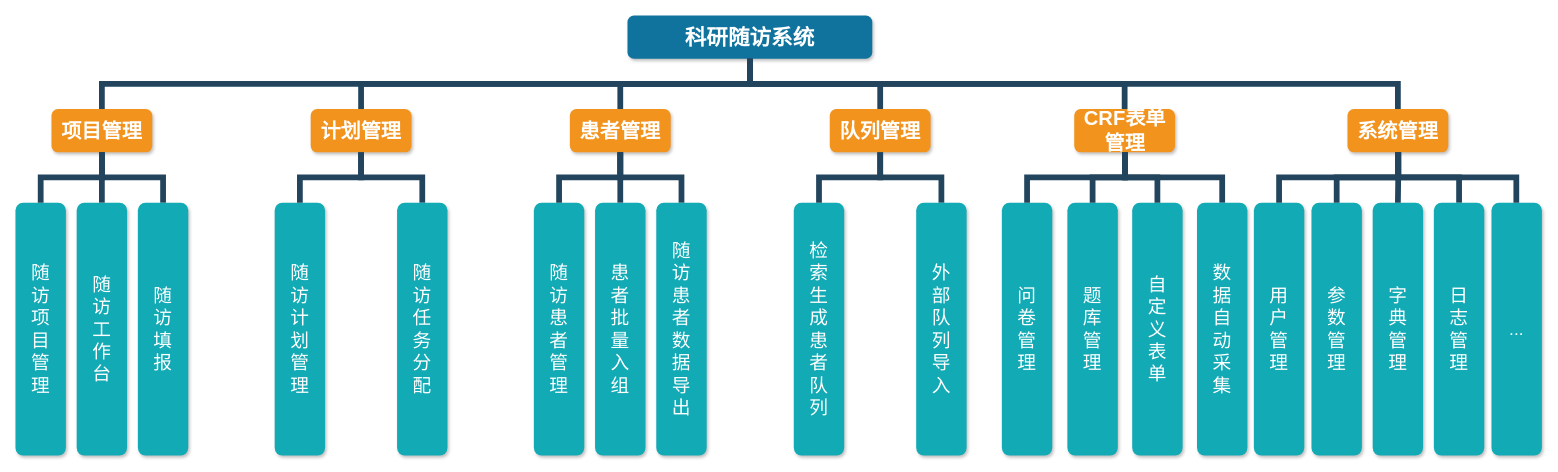
Above: 未命名绘图.drawio in young2hao/test (draw.io), before the change. Source tidied: cells renumbered, new cells numbered last; positions are measured from the earlier drawing's top-left corner, leaving out a move shared by most shapes. Both pictures are drawn from the tidied source at 72%, with x=0, y=0 at pixel (15, 15).
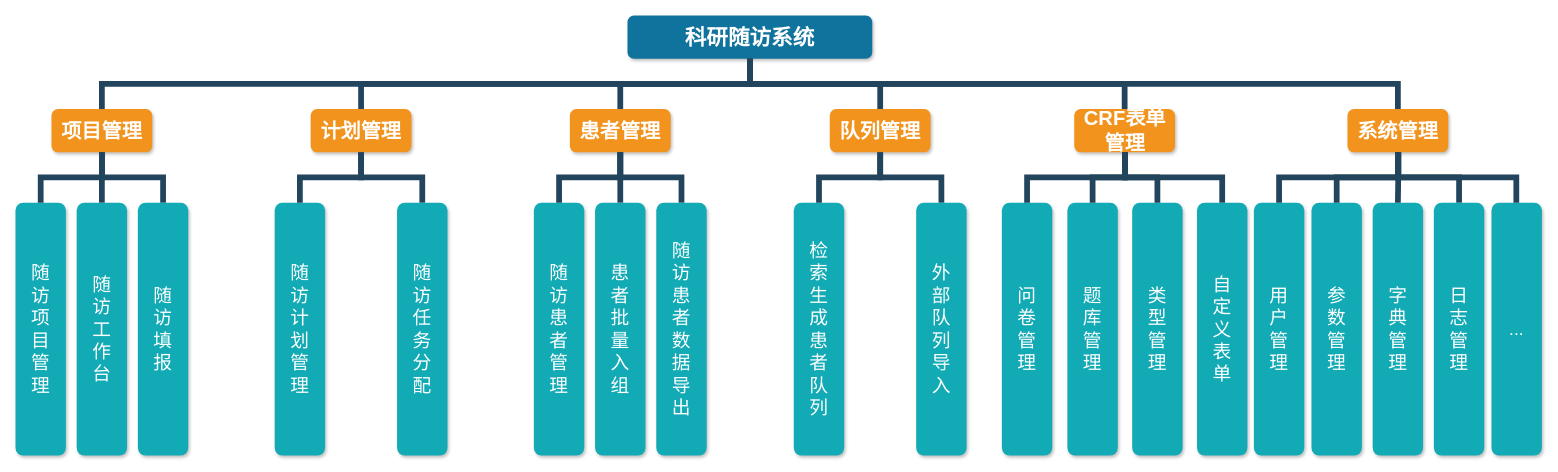
The same page after the edit.

The edit, as a diff of the source:
```diff
@@
-    <mxCell id="22" value="数&#10;据&#10;自&#10;动&#10;采&#10;集" style="whiteSpace=wrap;rounded=1;fillColor=#12AAB5;strokeColor=none;shadow=1;fontColor=#FFFFFF;fontSize=26;" parent="1" vertex="1">
+    <mxCell id="22" value="自&#10;定&#10;义&#10;表&#10;单" style="whiteSpace=wrap;rounded=1;fillColor=#12AAB5;strokeColor=none;shadow=1;fontColor=#FFFFFF;fontSize=26;" parent="1" vertex="1">
       <mxGeometry x="1641" y="260" width="70" height="351" as="geometry" />
     </mxCell>
@@
-    <mxCell id="29" value="自&#10;定&#10;义&#10;表&#10;单" style="whiteSpace=wrap;rounded=1;fillColor=#12AAB5;strokeColor=none;shadow=1;fontColor=#FFFFFF;fontSize=26;" parent="1" vertex="1">
+    <mxCell id="29" value="类&#10;型&#10;管&#10;理" style="whiteSpace=wrap;rounded=1;fillColor=#12AAB5;strokeColor=none;shadow=1;fontColor=#FFFFFF;fontSize=26;" parent="1" vertex="1">
       <mxGeometry x="1551" y="260" width="70" height="351" as="geometry" />
     </mxCell>
```
